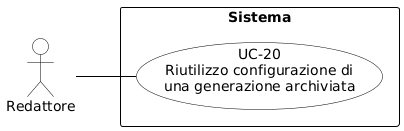
aLittleByte-19/Documentazione keeps this PlantUML diagram as RTB/Analisi dei Requisiti/diagrammi_use_case/UC-20.png. Above is the earlier version. Its diagram source:
```plantuml
@startuml
skinparam shadowing false
skinparam defaultFontName Arial
left to right direction

skinparam usecase {
    BackgroundColor white
    BorderColor black
    ArrowColor black
}
skinparam actor {
    BackgroundColor white
    BorderColor black
}
skinparam rectangle {
    BorderColor black
    FontStyle bold
}

actor "Redattore" as R

rectangle "Sistema" {
    usecase "UC-20\nRiutilizzo configurazione di\nuna generazione archiviata" as UC20
}

R -- UC20
@enduml
```
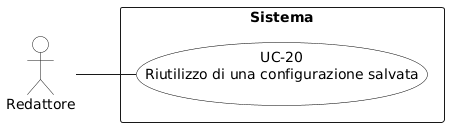
After the change.

What changed in the source:
```diff
@@ -1,27 +1,20 @@
 @startuml
-skinparam shadowing false
-skinparam defaultFontName Arial
 left to right direction
+skinparam packageStyle rectangle
+
+skinparam actorBackgroundColor #FFFFFF
+skinparam rectangleBackgroundColor #FFFFFF
 
 skinparam usecase {
-    BackgroundColor white
-    BorderColor black
-    ArrowColor black
-}
-skinparam actor {
-    BackgroundColor white
-    BorderColor black
-}
-skinparam rectangle {
-    BorderColor black
-    FontStyle bold
+  BackgroundColor #FFFFFF
+  BorderColor #000000
 }
 
-actor "Redattore" as R
+actor Redattore
 
 rectangle "Sistema" {
-    usecase "UC-20\nRiutilizzo configurazione di\nuna generazione archiviata" as UC20
+  usecase "UC-20\nRiutilizzo di una configurazione salvata" as UC20
 }
 
-R -- UC20
+Redattore -- UC20
 @enduml
```
